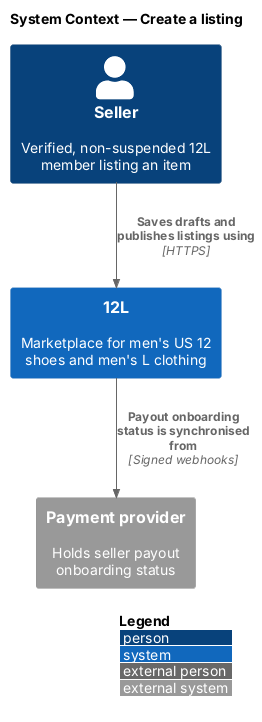
The PlantUML diagram docs/detailed-designs/listings/create-listing/diagrams/c4-context.png in QuinntyneBrown/12l, before a commit.
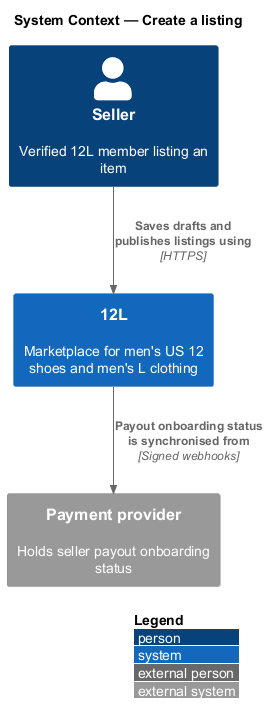
Above is the later version.

Diff of the diagram source:
```diff
@@ -3,7 +3,7 @@
 LAYOUT_WITH_LEGEND()
 title System Context — Create a listing
 
-Person(seller, "Seller", "Verified, non-suspended 12L member listing an item")
+Person(seller, "Seller", "Verified 12L member listing an item")
 System(twelvel, "12L", "Marketplace for men's US 12 shoes and men's L clothing")
 System_Ext(payments, "Payment provider", "Holds seller payout onboarding status")
 
```
